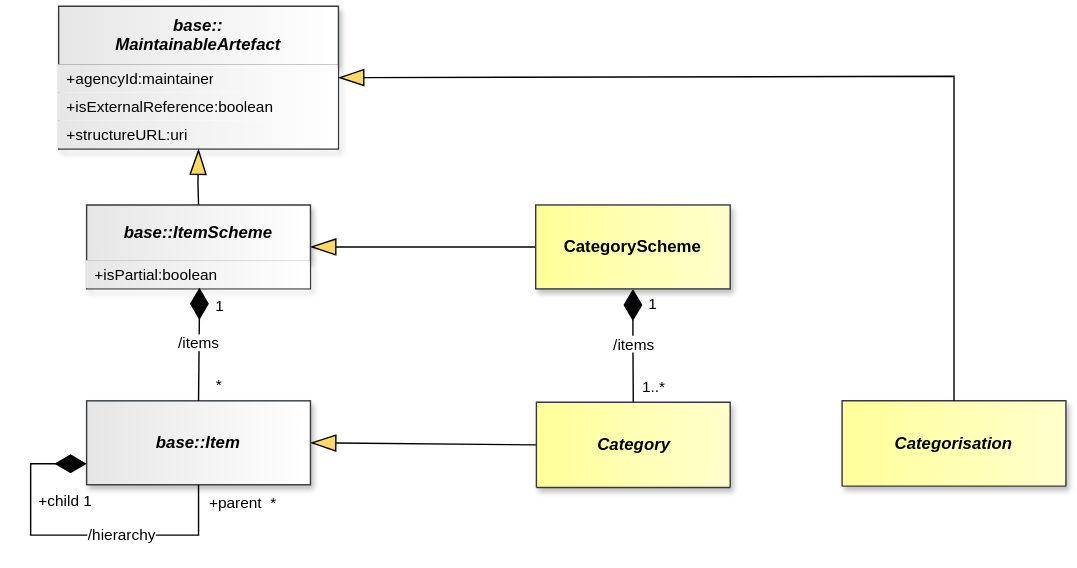
Earlier version of the draw.io export docs/information_model/media/sdmx_categoryscheme-categoryscheme_relationship.svg (sdmx-twg/sdmx-im). Source tidied: cells renumbered, new cells last; positions are measured from the earlier drawing's top-left corner, leaving out a move shared by most shapes.
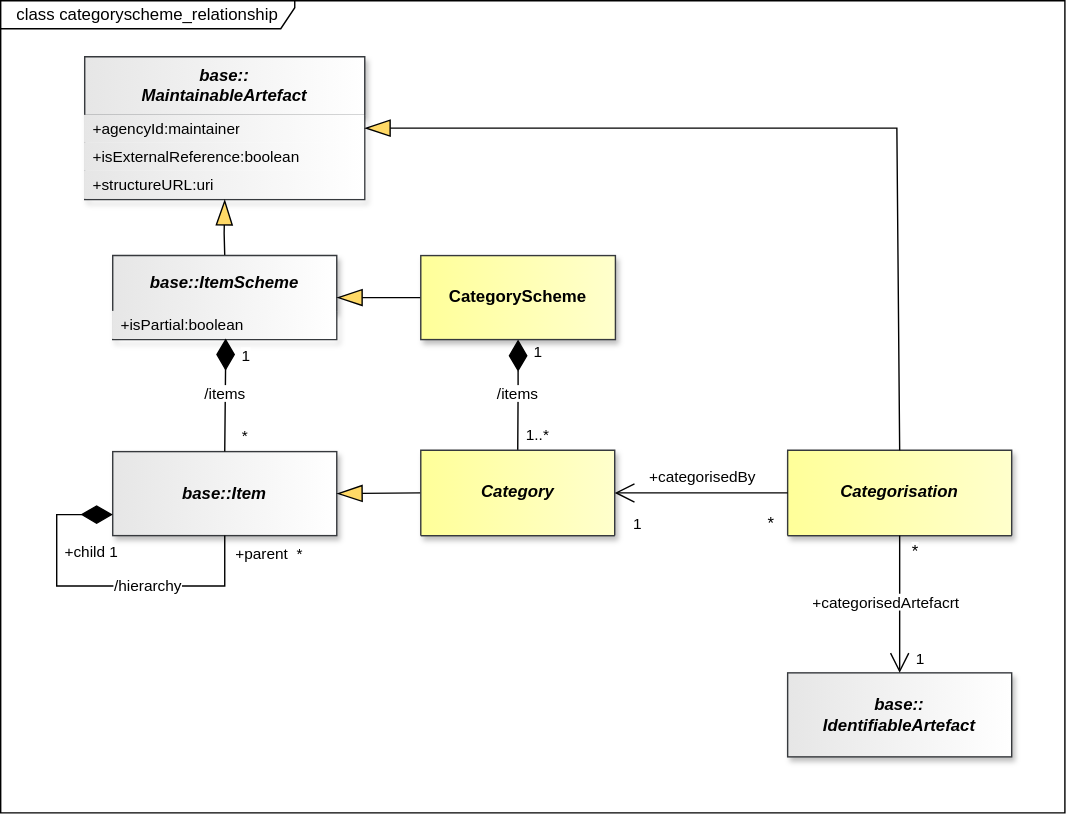
Above is the later version.

The edit, as a diff of the source:
```diff
@@ -2,6 +2,9 @@
   <root>
     <mxCell id="0" />
     <mxCell id="1" parent="0" />
+    <mxCell id="27" value="class categoryscheme_relationship" style="shape=umlFrame;whiteSpace=wrap;html=1;fillColor=light-dark(#FFFFFF,#121212);swimlaneFillColor=light-dark(#FFFFFF,#121212);width=210;height=20;" parent="1" vertex="1">
+      <mxGeometry x="-40" y="-40" width="760" height="580" as="geometry" />
+    </mxCell>
     <mxCell id="2" style="endArrow=none;" parent="1" edge="1">
       <mxGeometry relative="1" as="geometry" />
     </mxCell>
@@ -52,8 +55,8 @@
     <mxCell id="13" value="&lt;font style=&quot;color: light-dark(rgb(0, 0, 0), rgb(255, 255, 255)); background-color: light-dark(rgb(255, 255, 255), rgb(0, 0, 0));&quot;&gt;/items&lt;/font&gt;" style="endArrow=none;html=1;endSize=12;startArrow=diamondThin;startSize=20;startFill=1;edgeStyle=orthogonalEdgeStyle;rounded=0;endFill=0;strokeColor=light-dark(#000000,#FFFFFF);fontColor=light-dark(#000000,#FFFFFF);labelBackgroundColor=none;exitX=0.5;exitY=1;exitDx=0;exitDy=0;entryX=0.5;entryY=0;entryDx=0;entryDy=0;" parent="1" edge="1" source="23" target="24">
       <mxGeometry x="-0.01" relative="1" as="geometry">
         <Array as="points">
-          <mxPoint x="431" y="241" />
-          <mxPoint x="430" y="283" />
+          <mxPoint x="329.5" y="239" />
+          <mxPoint x="328.5" y="281" />
         </Array>
       </mxGeometry>
     </mxCell>
@@ -75,7 +78,7 @@
       <mxGeometry relative="1" as="geometry" />
     </mxCell>
     <mxCell id="19" value="1" style="edgeLabel;html=1;align=left;verticalAlign=top;labelBackgroundColor=none;fontColor=light-dark(#000000,#FFFFFF);" parent="1" vertex="1">
-      <mxGeometry x="440" y="200" as="geometry" />
+      <mxGeometry x="338.5" y="198" as="geometry" />
     </mxCell>
     <mxCell id="20" value="&lt;font style=&quot;color: light-dark(rgb(0, 0, 0), rgb(255, 255, 255)); background-color: light-dark(rgb(255, 255, 255), rgb(0, 0, 0));&quot;&gt;/items&lt;/font&gt;" style="endArrow=none;html=1;endSize=12;startArrow=diamondThin;startSize=20;startFill=1;edgeStyle=orthogonalEdgeStyle;rounded=0;endFill=0;strokeColor=light-dark(#000000,#FFFFFF);fontColor=light-dark(#000000,#FFFFFF);labelBackgroundColor=none;entryX=0.5;entryY=0;entryDx=0;entryDy=0;exitX=0.504;exitY=0.96;exitDx=0;exitDy=0;exitPerimeter=0;" parent="1" edge="1" source="16" target="9">
       <mxGeometry x="-0.02" relative="1" as="geometry">
@@ -95,20 +98,49 @@
       </mxGeometry>
     </mxCell>
     <mxCell id="23" value="CategoryScheme" style="whiteSpace=wrap;html=1;verticalAlign=middle;gradientDirection=east;imageVerticalAlign=top;fontStyle=1;fillColor=light-dark(#FFFF99,#FFFF99);strokeColor=#36393d;fontColor=light-dark(#000000,#000000);gradientColor=light-dark(#FFFFCC,#FFFFCC);shadow=1;" parent="1" vertex="1">
-      <mxGeometry x="361" y="142" width="139" height="60" as="geometry" />
+      <mxGeometry x="260" y="142" width="139" height="60" as="geometry" />
     </mxCell>
     <mxCell id="24" value="Category" style="swimlane;fontStyle=3;align=center;verticalAlign=middle;horizontal=1;startSize=61;whiteSpace=wrap;html=1;strokeColor=#36393d;fontFamily=Helvetica;fontSize=12;fillColor=light-dark(#FFFF99,#FFFF99);gradientDirection=east;gradientColor=light-dark(#FFFFCC,#FFFFCC);fontColor=light-dark(#000000,#000000);shadow=1;" parent="1" vertex="1">
-      <mxGeometry x="361.5" y="283" width="138.5" height="61" as="geometry" />
+      <mxGeometry x="260" y="281" width="138.5" height="61" as="geometry" />
     </mxCell>
     <mxCell id="25" value="Categorisation" style="swimlane;fontStyle=3;align=center;verticalAlign=middle;horizontal=1;startSize=61;whiteSpace=wrap;html=1;strokeColor=#36393d;fontFamily=Helvetica;fontSize=12;fillColor=light-dark(#FFFF99,#FFFF99);gradientDirection=east;gradientColor=light-dark(#FFFFCC,#FFFFCC);fontColor=light-dark(#000000,#000000);shadow=1;" parent="1" vertex="1">
-      <mxGeometry x="580" y="282" width="160" height="61" as="geometry" />
+      <mxGeometry x="522" y="281" width="160" height="61" as="geometry" />
     </mxCell>
     <mxCell id="26" style="endArrow=blockThin;endSize=16;endFill=1;html=1;rounded=0;exitX=0.5;exitY=0;exitDx=0;exitDy=0;startFill=0;endFillColor=light-dark(#FFD966,#FFD966);strokeColor=light-dark(#000000,#FFFFFF);startFillColor=light-dark(#000000,#FFFFFF);labelBackgroundColor=none;labelBorderColor=light-dark(#000000,#FFFFFF);entryX=1;entryY=0.5;entryDx=0;entryDy=0;" parent="1" edge="1" source="25" target="4">
-      <mxGeometry relative="1" as="geometry">
+      <mxGeometry x="0.03" relative="1" as="geometry">
         <Array as="points">
-          <mxPoint x="660" y="50" />
+          <mxPoint x="600" y="51" />
         </Array>
       </mxGeometry>
     </mxCell>
+    <mxCell id="28" value="base::&lt;br&gt;IdentifiableArtefact" style="whiteSpace=wrap;html=1;verticalAlign=middle;gradientDirection=east;imageVerticalAlign=top;fontStyle=3;fillColor=light-dark(#E6E6E6,#E6E6E6);strokeColor=#36393d;fontColor=light-dark(#000000,#000000);gradientColor=light-dark(#FFFFFF,#FFFFFF);shadow=1;" parent="1" vertex="1">
+      <mxGeometry x="522" y="440" width="160" height="60" as="geometry" />
+    </mxCell>
+    <mxCell id="29" value="&lt;span style=&quot;background-color: light-dark(#ffffff, var(--ge-dark-color, #121212));&quot;&gt;+categorisedBy&lt;/span&gt;" style="endArrow=open;html=1;endSize=12;startArrow=none;startSize=20;startFill=0;edgeStyle=orthogonalEdgeStyle;rounded=0;endFill=0;strokeColor=light-dark(#000000,#FFFFFF);fontColor=light-dark(#000000,#FFFFFF);labelBackgroundColor=none;exitX=0;exitY=0.5;exitDx=0;exitDy=0;entryX=1;entryY=0.5;entryDx=0;entryDy=0;innerLoopWaypoints=1;" parent="1" edge="1" source="25" target="24">
+      <mxGeometry x="-0.01" y="-12" relative="1" as="geometry" />
+    </mxCell>
+    <mxCell id="30" value="1" style="edgeLabel;html=1;align=left;verticalAlign=top;labelBackgroundColor=none;fontColor=light-dark(#000000,#FFFFFF);" parent="29" vertex="1">
+      <mxGeometry x="0.44" relative="1" as="geometry">
+        <mxPoint x="-23" y="9" as="offset" />
+      </mxGeometry>
+    </mxCell>
+    <mxCell id="31" value="*" style="edgeLabel;html=1;align=center;verticalAlign=middle;fontSize=12;" parent="29" vertex="1">
+      <mxGeometry x="-0.81" relative="1" as="geometry">
+        <mxPoint y="22" as="offset" />
+      </mxGeometry>
+    </mxCell>
+    <mxCell id="32" value="&lt;span style=&quot;background-color: light-dark(#ffffff, var(--ge-dark-color, #121212));&quot;&gt;+categorisedArtefacrt&lt;/span&gt;" style="endArrow=open;html=1;endSize=12;startArrow=none;startSize=20;startFill=0;edgeStyle=orthogonalEdgeStyle;rounded=0;endFill=0;strokeColor=light-dark(#000000,#FFFFFF);fontColor=light-dark(#000000,#FFFFFF);labelBackgroundColor=none;exitX=0.5;exitY=1;exitDx=0;exitDy=0;entryX=0.5;entryY=0;entryDx=0;entryDy=0;innerLoopWaypoints=1;" parent="1" edge="1" source="25" target="28">
+      <mxGeometry x="-0.02" y="-10" relative="1" as="geometry" />
+    </mxCell>
+    <mxCell id="33" value="1" style="edgeLabel;html=1;align=left;verticalAlign=top;labelBackgroundColor=none;fontColor=light-dark(#000000,#FFFFFF);" parent="32" vertex="1">
+      <mxGeometry x="0.44" relative="1" as="geometry">
+        <mxPoint x="10" y="4" as="offset" />
+      </mxGeometry>
+    </mxCell>
+    <mxCell id="34" value="*" style="edgeLabel;html=1;align=center;verticalAlign=middle;fontSize=12;" parent="32" vertex="1">
+      <mxGeometry x="-0.73" relative="1" as="geometry">
+        <mxPoint x="10" y="-2" as="offset" />
+      </mxGeometry>
+    </mxCell>
   </root>
 </mxGraphModel>
```
